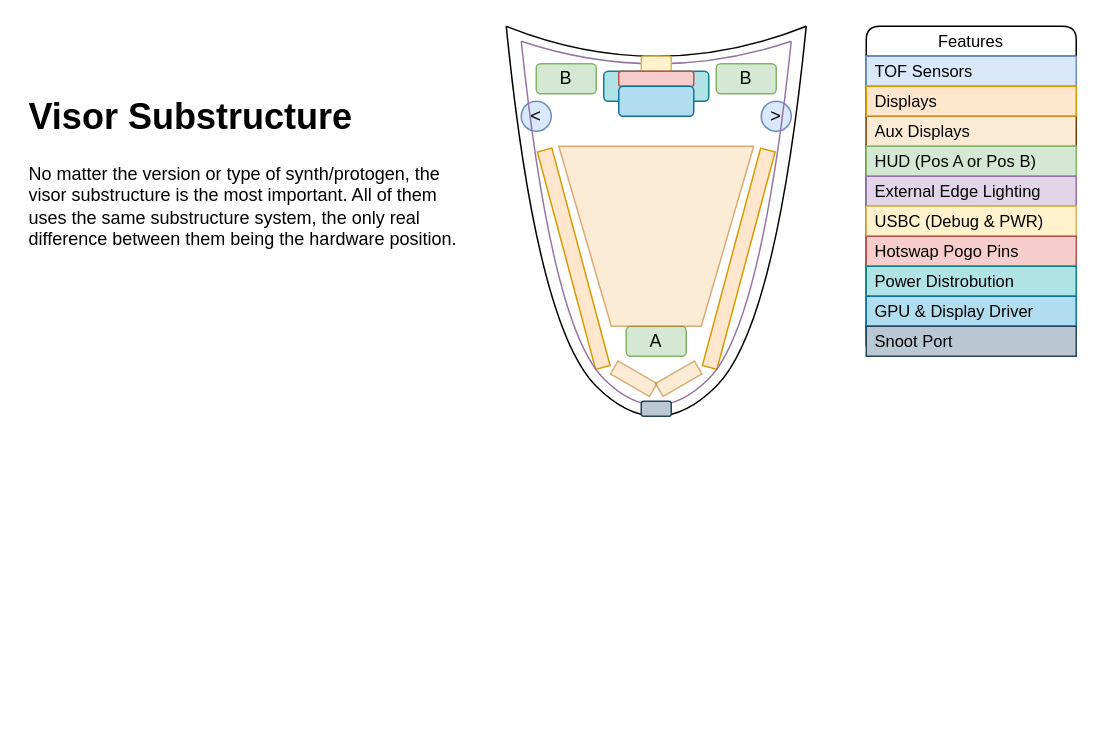
Above: page "Brainstorm" (2 of 2) of Documents/Condensed.drawio in Cyberspecies/Synth-Head (draw.io), before the change. Source tidied: cells renumbered, new cells numbered last; positions are measured from the earlier drawing's top-left corner, leaving out a move shared by most shapes. Both pictures are drawn from the tidied source at 150%, with x=0, y=0 at pixel (26, 26).
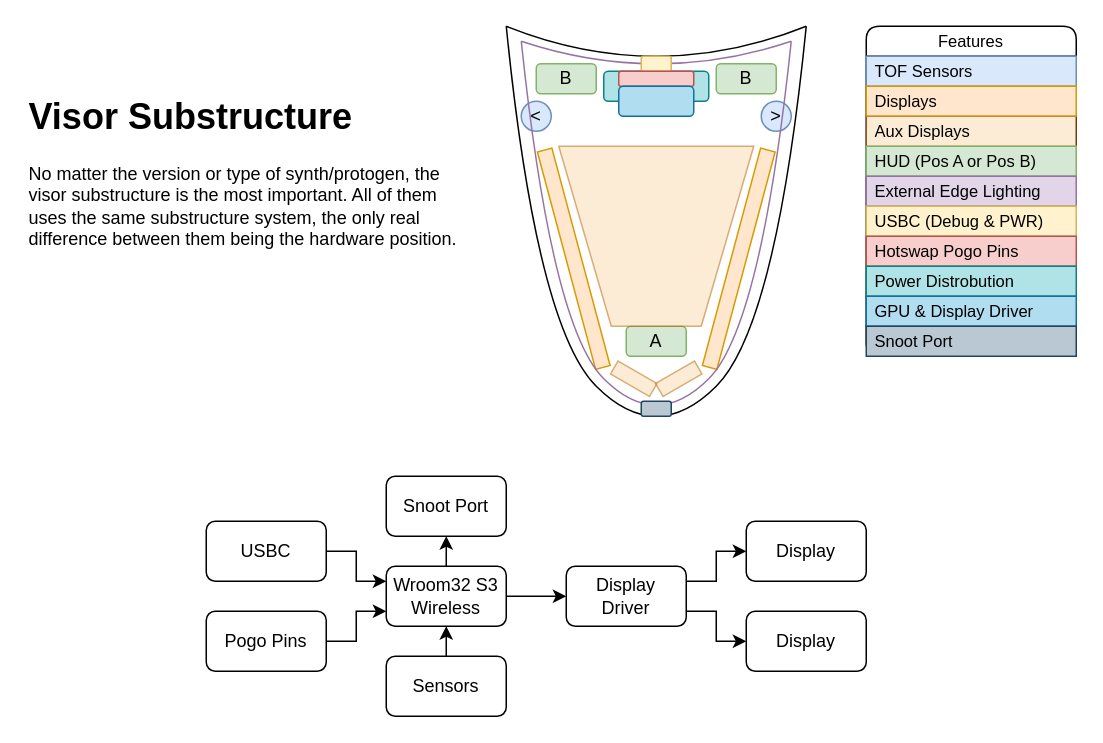
Above is the later version.

Commit message:
Added more substructure schematic diagram

Diff of the diagram source:
```diff
@@
+    <mxCell id="33" style="edgeStyle=orthogonalEdgeStyle;rounded=0;jettySize=auto;html=1;exitX=1;exitY=0.5;exitDx=0;exitDy=0;entryX=0;entryY=0.5;entryDx=0;entryDy=0;" parent="1" edge="1" source="35" target="44">
+      <mxGeometry relative="1" as="geometry" />
+    </mxCell>
+    <mxCell id="34" style="edgeStyle=orthogonalEdgeStyle;rounded=0;jettySize=auto;html=1;exitX=0.5;exitY=0;exitDx=0;exitDy=0;entryX=0.5;entryY=1;entryDx=0;entryDy=0;" parent="1" edge="1" source="35" target="47">
+      <mxGeometry relative="1" as="geometry" />
+    </mxCell>
+    <mxCell id="35" value="Wroom32 S3&lt;div&gt;Wireless&lt;/div&gt;" style="rounded=1;whiteSpace=wrap;html=1;" parent="1" vertex="1">
+      <mxGeometry x="240" y="360" width="80" height="40" as="geometry" />
+    </mxCell>
+    <mxCell id="36" style="edgeStyle=orthogonalEdgeStyle;rounded=0;jettySize=auto;html=1;exitX=0.5;exitY=0;exitDx=0;exitDy=0;entryX=0.5;entryY=1;entryDx=0;entryDy=0;" parent="1" edge="1" source="37" target="35">
+      <mxGeometry relative="1" as="geometry" />
+    </mxCell>
+    <mxCell id="37" value="Sensors" style="rounded=1;whiteSpace=wrap;html=1;" parent="1" vertex="1">
+      <mxGeometry x="240" y="420" width="80" height="40" as="geometry" />
+    </mxCell>
+    <mxCell id="38" style="edgeStyle=orthogonalEdgeStyle;rounded=0;jettySize=auto;html=1;exitX=1;exitY=0.5;exitDx=0;exitDy=0;entryX=0;entryY=0.25;entryDx=0;entryDy=0;" parent="1" edge="1" source="39" target="35">
+      <mxGeometry relative="1" as="geometry" />
+    </mxCell>
+    <mxCell id="39" value="USBC" style="rounded=1;whiteSpace=wrap;html=1;" parent="1" vertex="1">
+      <mxGeometry x="120" y="330" width="80" height="40" as="geometry" />
+    </mxCell>
+    <mxCell id="40" style="edgeStyle=orthogonalEdgeStyle;rounded=0;jettySize=auto;html=1;exitX=1;exitY=0.5;exitDx=0;exitDy=0;entryX=0;entryY=0.75;entryDx=0;entryDy=0;" parent="1" edge="1" source="41" target="35">
+      <mxGeometry relative="1" as="geometry" />
+    </mxCell>
+    <mxCell id="41" value="Pogo Pins" style="rounded=1;whiteSpace=wrap;html=1;" parent="1" vertex="1">
+      <mxGeometry x="120" y="390" width="80" height="40" as="geometry" />
+    </mxCell>
+    <mxCell id="42" style="edgeStyle=orthogonalEdgeStyle;rounded=0;jettySize=auto;html=1;exitX=1;exitY=0.25;exitDx=0;exitDy=0;entryX=0;entryY=0.5;entryDx=0;entryDy=0;" parent="1" edge="1" source="44" target="45">
+      <mxGeometry relative="1" as="geometry" />
+    </mxCell>
+    <mxCell id="43" style="edgeStyle=orthogonalEdgeStyle;rounded=0;jettySize=auto;html=1;exitX=1;exitY=0.75;exitDx=0;exitDy=0;entryX=0;entryY=0.5;entryDx=0;entryDy=0;" parent="1" edge="1" source="44" target="46">
+      <mxGeometry relative="1" as="geometry" />
+    </mxCell>
+    <mxCell id="44" value="Display&lt;div&gt;Driver&lt;/div&gt;" style="rounded=1;whiteSpace=wrap;html=1;" parent="1" vertex="1">
+      <mxGeometry x="360" y="360" width="80" height="40" as="geometry" />
+    </mxCell>
+    <mxCell id="45" value="Display" style="rounded=1;whiteSpace=wrap;html=1;" parent="1" vertex="1">
+      <mxGeometry x="480" y="330" width="80" height="40" as="geometry" />
+    </mxCell>
+    <mxCell id="46" value="Display" style="rounded=1;whiteSpace=wrap;html=1;" parent="1" vertex="1">
+      <mxGeometry x="480" y="390" width="80" height="40" as="geometry" />
+    </mxCell>
+    <mxCell id="47" value="Snoot Port" style="rounded=1;whiteSpace=wrap;html=1;" parent="1" vertex="1">
+      <mxGeometry x="240" y="300" width="80" height="40" as="geometry" />
+    </mxCell>
```
